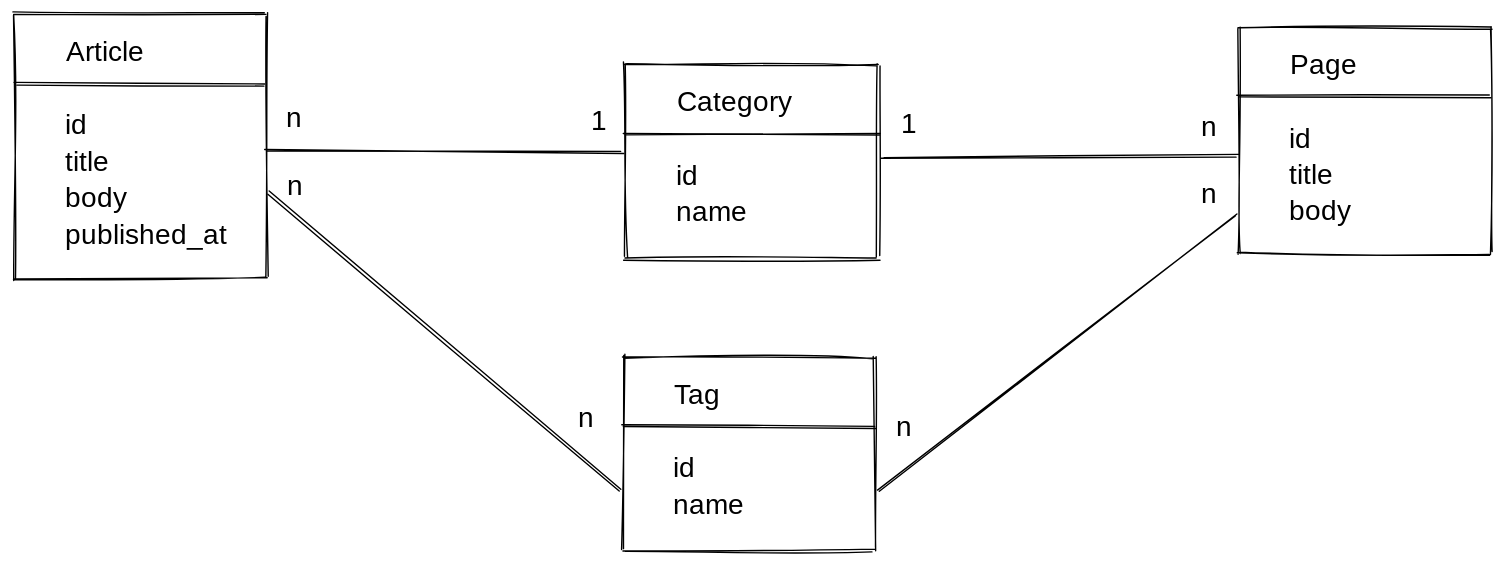
Before: img/projet-blog-uml.excalidraw.svg, a diagram exported from Excalidraw (jibundeyare/cours). Source tidied: one line per element, renumbered; positions are measured from the earlier drawing's top-left corner, leaving out a move shared by most shapes.
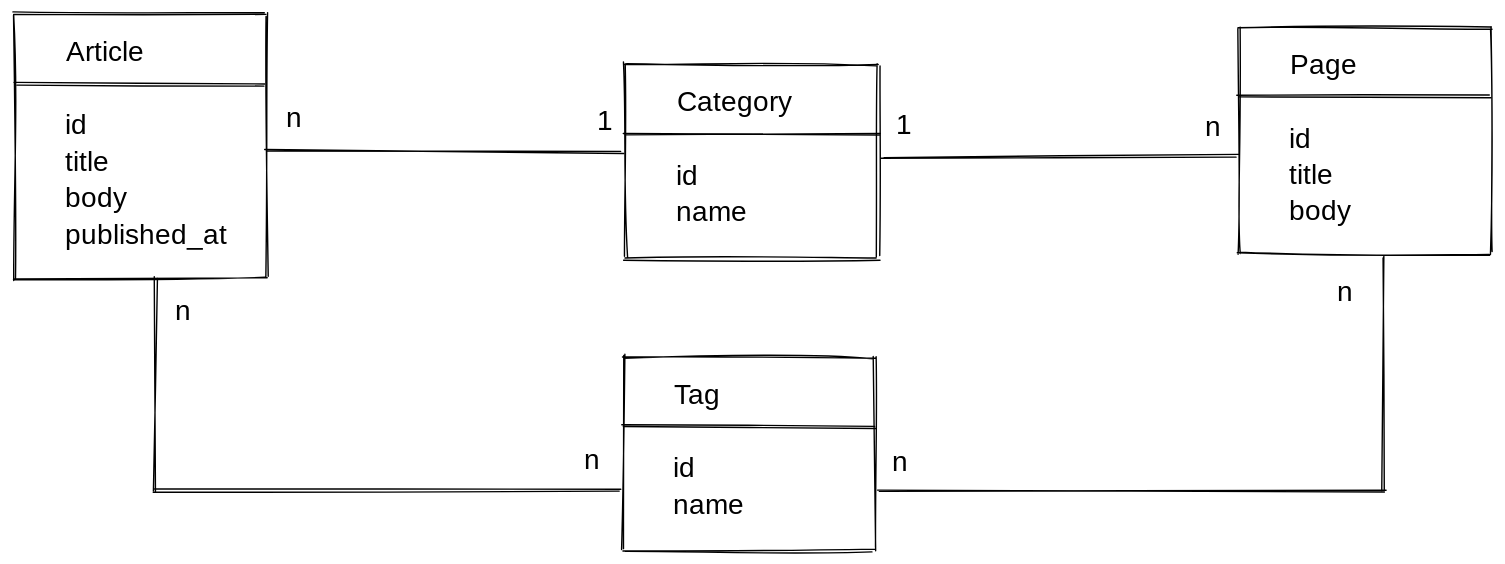
Above is the later version.

Diff of the diagram source:
```diff
@@ -15,14 +15,16 @@
 {"id": 14, "type": "text", "text": "id\nname", "strokeColor": "#000000", "strokeWidth": 1, "roughness": 1, "fontSize": 20, "fontFamily": 1, "x": 470, "y": 313, "width": 47, "height": 52}
 {"id": 15, "type": "line", "strokeColor": "#000000", "strokeWidth": 1, "roughness": 1, "x": 434, "y": 295, "width": 181, "height": 0, "points": [[0, 0], [181, 0]]}
 {"id": 16, "type": "line", "strokeColor": "#000000", "strokeWidth": 1, "roughness": 1, "x": 180, "y": 98, "width": 254, "height": 0, "points": [[0, 0], [254, 0]]}
-{"id": 17, "type": "text", "text": "1", "strokeColor": "#000000", "strokeWidth": 1, "roughness": 1, "fontSize": 20, "fontFamily": 1, "x": 412, "y": 65, "width": 6, "height": 26}
+{"id": 17, "type": "text", "text": "1", "strokeColor": "#000000", "strokeWidth": 1, "roughness": 1, "fontSize": 20, "fontFamily": 1, "x": 416, "y": 65, "width": 6, "height": 26}
 {"id": 18, "type": "text", "text": "n", "strokeColor": "#000000", "strokeWidth": 1, "roughness": 1, "fontSize": 20, "fontFamily": 1, "x": 194, "y": 63, "width": 10, "height": 26}
-{"id": 19, "type": "line", "strokeColor": "#000000", "strokeWidth": 1, "roughness": 1, "x": 181, "y": 127, "width": 253, "height": 213, "points": [[0, 0], [253, 213]]}
+{"id": 19, "type": "line", "strokeColor": "#000000", "strokeWidth": 1, "roughness": 1, "x": 99, "y": 340, "width": 335, "height": 0, "points": [[0, 0], [335, 0]]}
-{"id": 20, "type": "text", "text": "n", "strokeColor": "#000000", "strokeWidth": 1, "roughness": 1, "fontSize": 20, "fontFamily": 1, "x": 403, "y": 277, "width": 10, "height": 26}
+{"id": 20, "type": "text", "text": "n", "strokeColor": "#000000", "strokeWidth": 1, "roughness": 1, "fontSize": 20, "fontFamily": 1, "x": 407, "y": 307, "width": 10, "height": 26}
-{"id": 21, "type": "text", "text": "n", "strokeColor": "#000000", "strokeWidth": 1, "roughness": 1, "fontSize": 20, "fontFamily": 1, "x": 195, "y": 111, "width": 10, "height": 26}
+{"id": 21, "type": "text", "text": "n", "strokeColor": "#000000", "strokeWidth": 1, "roughness": 1, "fontSize": 20, "fontFamily": 1, "x": 115, "y": 201, "width": 10, "height": 26}
 {"id": 22, "type": "line", "strokeColor": "#000000", "strokeWidth": 1, "roughness": 1, "x": 620, "y": 102, "width": 254, "height": 0, "points": [[0, 0], [254, 0]]}
-{"id": 23, "type": "text", "text": "n", "strokeColor": "#000000", "strokeWidth": 1, "roughness": 1, "fontSize": 20, "fontFamily": 1, "x": 848, "y": 69, "width": 10, "height": 26}
+{"id": 23, "type": "text", "text": "n", "strokeColor": "#000000", "strokeWidth": 1, "roughness": 1, "fontSize": 20, "fontFamily": 1, "x": 851, "y": 69, "width": 10, "height": 26}
-{"id": 24, "type": "text", "text": "1", "strokeColor": "#000000", "strokeWidth": 1, "roughness": 1, "fontSize": 20, "fontFamily": 1, "x": 634, "y": 67, "width": 6, "height": 26}
+{"id": 24, "type": "text", "text": "1", "strokeColor": "#000000", "strokeWidth": 1, "roughness": 1, "fontSize": 20, "fontFamily": 1, "x": 630, "y": 68, "width": 6, "height": 26}
-{"id": 25, "type": "line", "strokeColor": "#000000", "strokeWidth": 1, "roughness": 1, "x": 618, "y": 341, "width": 256, "height": 197, "points": [[0, 0], [256, -197]]}
+{"id": 25, "type": "line", "strokeColor": "#000000", "strokeWidth": 1, "roughness": 1, "x": 618, "y": 341, "width": 363, "height": 0, "points": [[0, 0], [363, 0]]}
-{"id": 26, "type": "text", "text": "n", "strokeColor": "#000000", "strokeWidth": 1, "roughness": 1, "fontSize": 20, "fontFamily": 1, "x": 848, "y": 117, "width": 10, "height": 26}
+{"id": 26, "type": "text", "text": "n", "strokeColor": "#000000", "strokeWidth": 1, "roughness": 1, "fontSize": 20, "fontFamily": 1, "x": 945, "y": 187, "width": 10, "height": 26}
-{"id": 27, "type": "text", "text": "n", "strokeColor": "#000000", "strokeWidth": 1, "roughness": 1, "fontSize": 20, "fontFamily": 1, "x": 630, "y": 283, "width": 10, "height": 26}
+{"id": 27, "type": "text", "text": "n", "strokeColor": "#000000", "strokeWidth": 1, "roughness": 1, "fontSize": 20, "fontFamily": 1, "x": 627, "y": 308, "width": 10, "height": 26}
+{"id": 28, "type": "line", "strokeColor": "#000000", "strokeWidth": 1, "roughness": 1, "x": 101, "y": 340, "width": 0, "height": 152, "points": [[0, 0], [0, -152]]}
+{"id": 29, "type": "line", "strokeColor": "#000000", "strokeWidth": 1, "roughness": 1, "x": 978, "y": 340, "width": 0, "height": 167, "points": [[0, 0], [0, -167]]}
```
